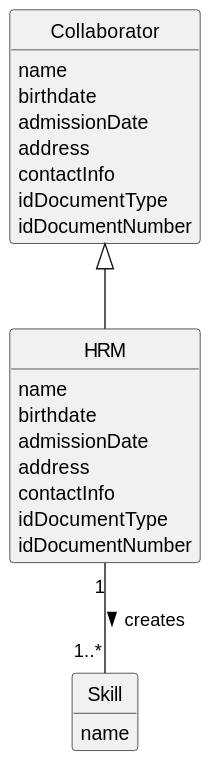
The PlantUML diagram docs/sprintA/us001/02.analysis/svg/us001-domain-model.svg in diogoveirospro/lei-24-s2-1dg-g072, before a commit.
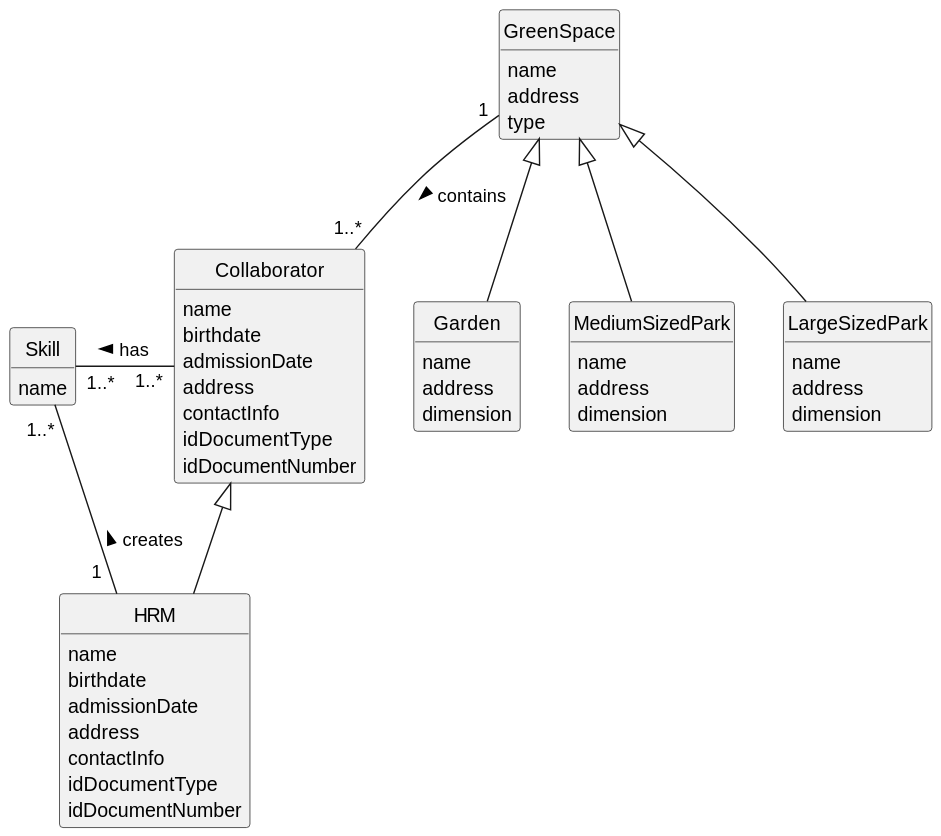
The same diagram one commit later.

The edit, as a diff of the source:
```diff
@@ -32,10 +32,37 @@
 class Skill {
     name
 }
+class GreenSpace {
+    name
+    address
+    type
+}
+
+class Garden {
+    name
+    address
+    dimension
+}
+
+class MediumSizedPark {
+    name
+    address
+    dimension
+}
+
+class LargeSizedPark {
+    name
+    address
+    dimension
+}
 
 
 
-
-HRM "1" -- "1..*" Skill: creates >
+GreenSpace "1" -- "1..*" Collaborator: contains >
+Skill "1..*" - "1..*" Collaborator: has <
+HRM "1  " -- "1..*" Skill: creates >
 Collaborator <|-- HRM
+GreenSpace <|-- Garden
+GreenSpace <|-- MediumSizedPark
+GreenSpace <|-- LargeSizedPark
 @enduml
```
